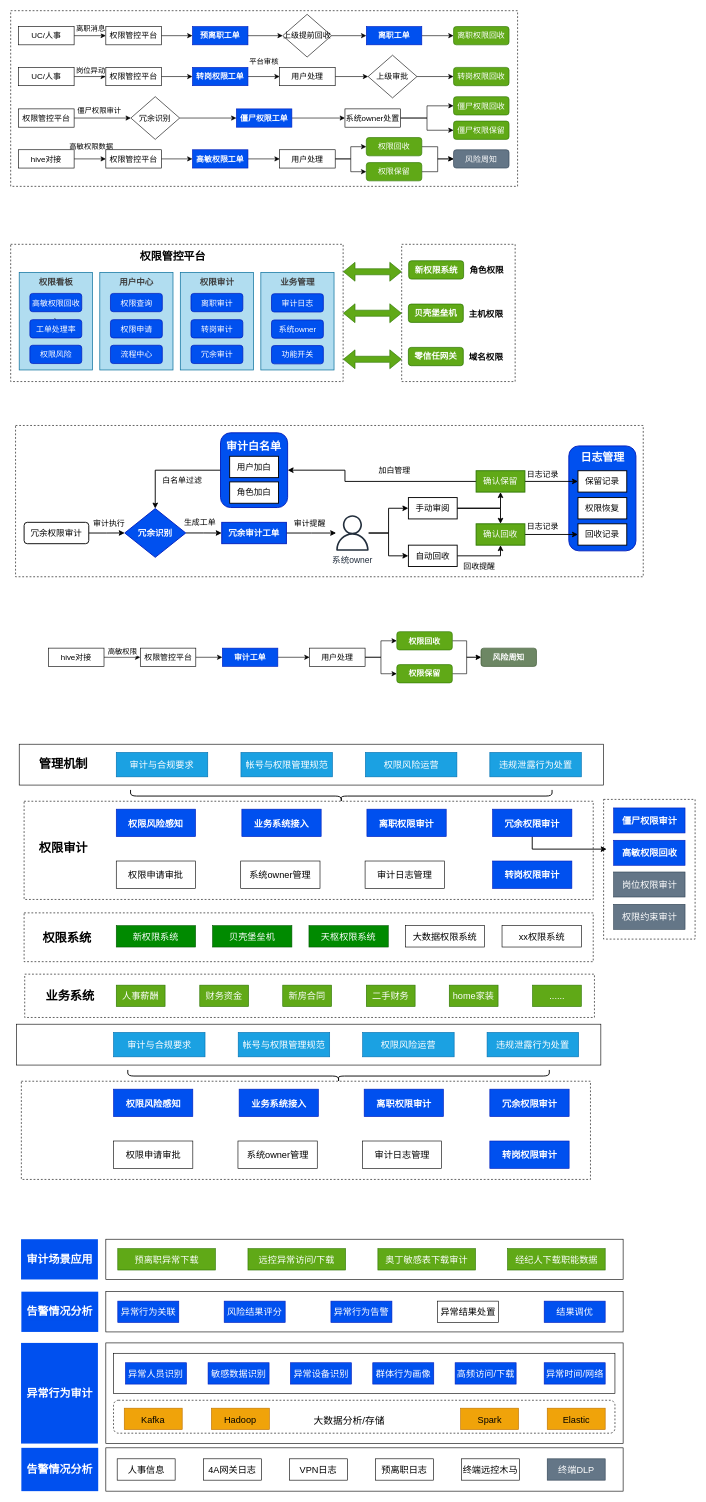
Above: page "述职" (11 of 11) of 权限审计.drawio in zpxiao-ios/hello-world (draw.io), before the change. Source tidied: cells renumbered, new cells numbered last; positions are measured from the earlier drawing's top-left corner, leaving out a move shared by most shapes. Both pictures are drawn from the tidied source at 61%, with x=0, y=0 at pixel (10, 10).
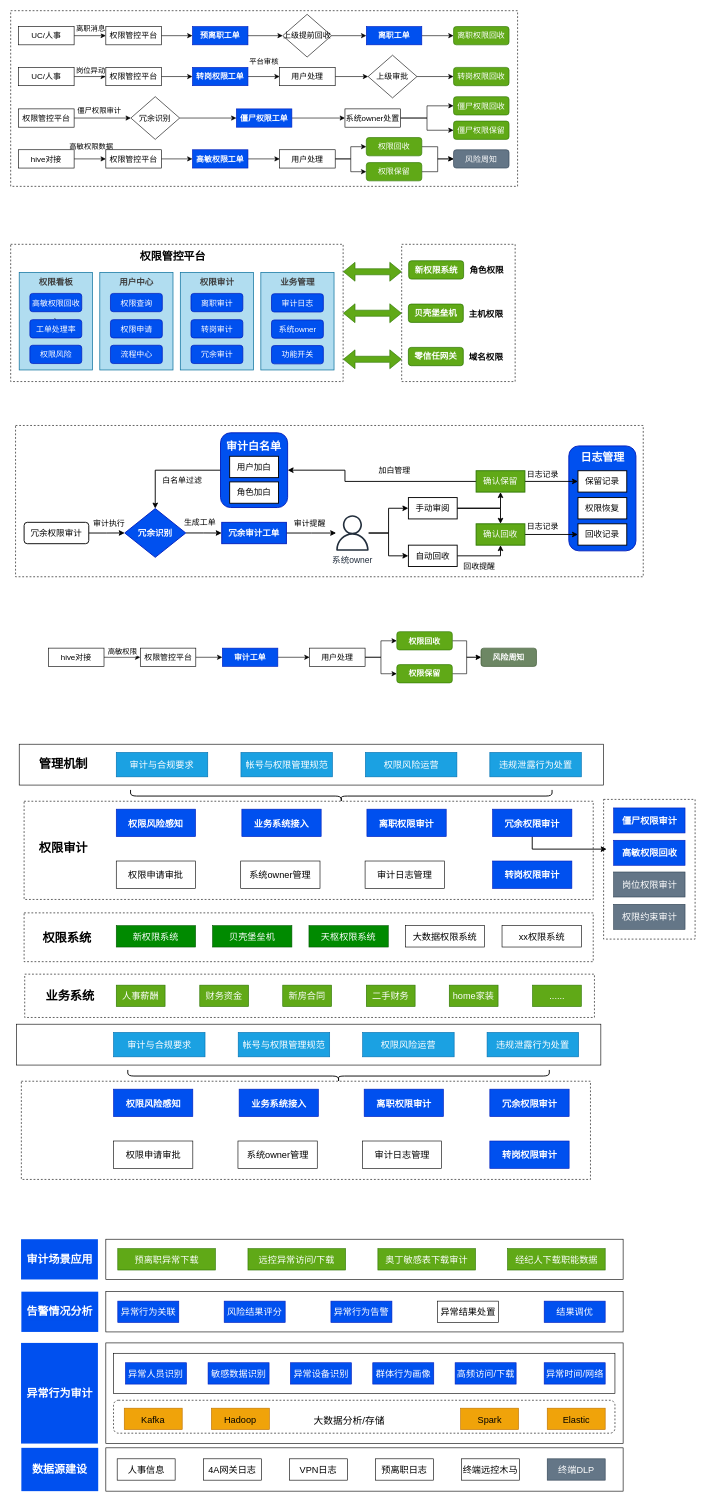
Above is the later version.

Commit message:
更新权限审计.drawio

The edit, as a diff of the source:
```diff
@@
-    <mxCell id="232" value="&lt;span style=&quot;font-size: 18px;&quot;&gt;告警情况分析&lt;/span&gt;" style="text;html=1;align=center;verticalAlign=middle;whiteSpace=wrap;rounded=0;fillColor=#0050ef;fontColor=#ffffff;strokeColor=none;fontStyle=1;" parent="1" vertex="1">
+    <mxCell id="232" value="&lt;span style=&quot;font-size: 18px;&quot;&gt;数据源建设&lt;/span&gt;" style="text;html=1;align=center;verticalAlign=middle;whiteSpace=wrap;rounded=0;fillColor=#0050ef;fontColor=#ffffff;strokeColor=none;fontStyle=1;" parent="1" vertex="1">
       <mxGeometry x="21" y="2376.5" width="119" height="30" as="geometry" />
     </mxCell>
```
